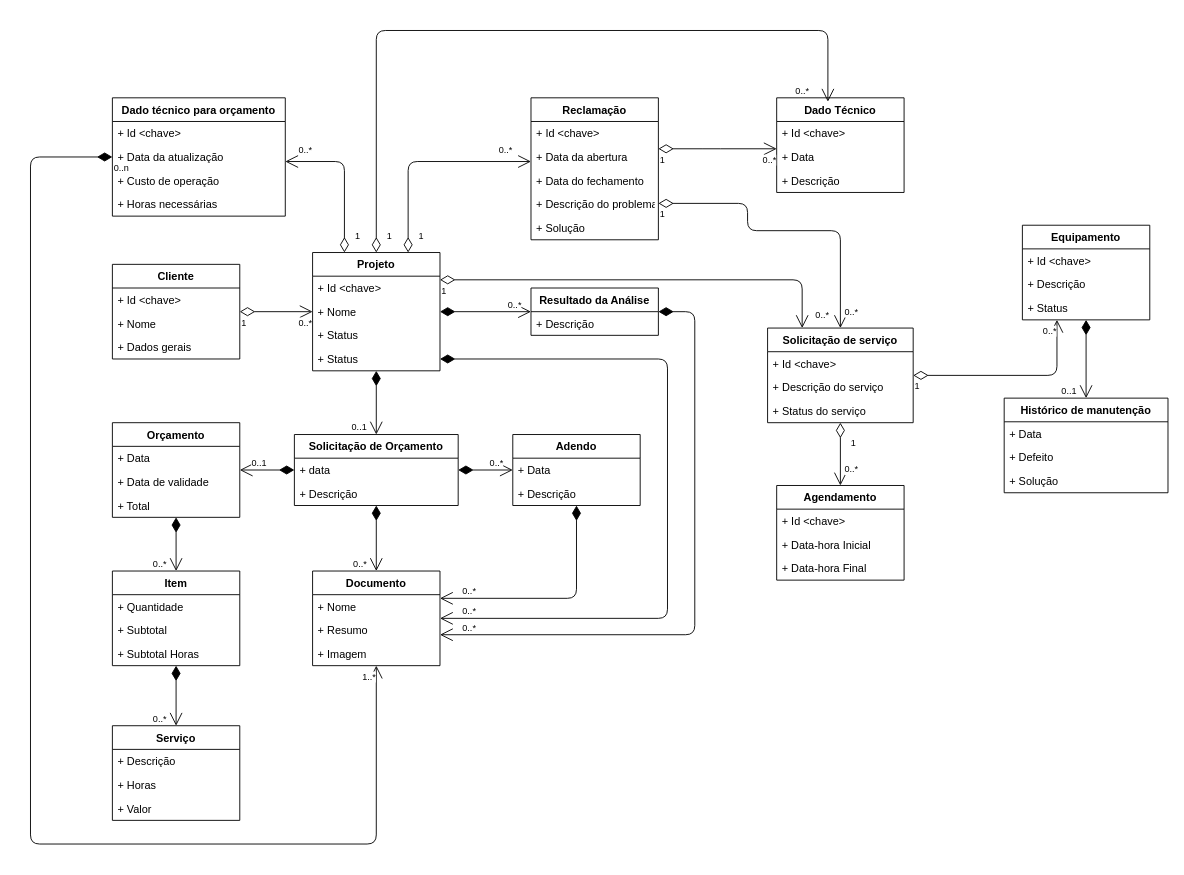
This is 20 - Modelo conceitual de negócio.drawio from somosafsociety/Eng-Soft-EC2A, a draw.io file, before an edit. Source tidied: cells renumbered, new cells numbered last; positions are measured from the earlier drawing's top-left corner, leaving out a move shared by most shapes. Both pictures are drawn from the tidied source at 91%, with x=0, y=0 at pixel (30, 30).
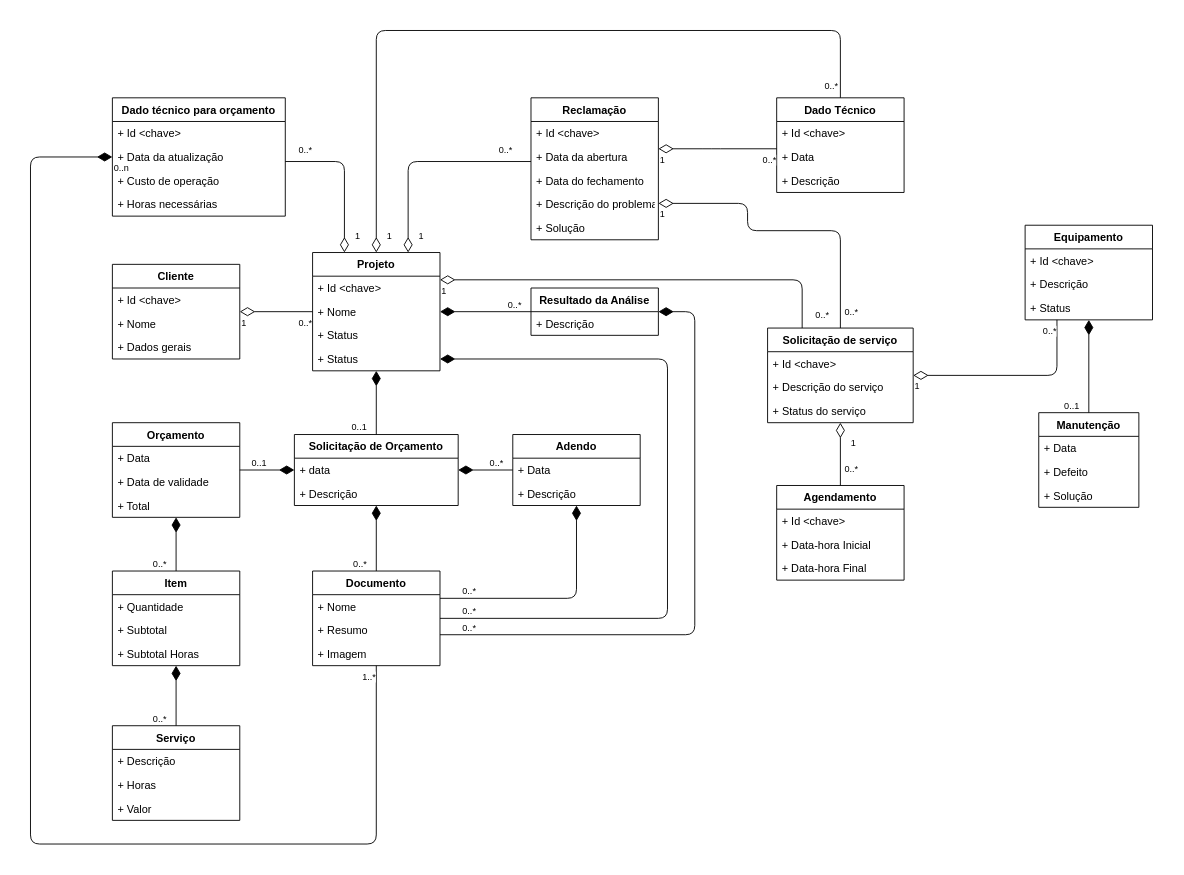
The same page after the edit.

Commit message (it also covers changes not shown here):
Revisão do artefato 20

The change refers to these unchanged cells:
```xml
<mxCell id="59" value="Dado Técnico" style="swimlane;fontStyle=1;horizontal=1;startSize=26;fillColor=none;" parent="1" vertex="1">
  <mxGeometry x="820" y="74" width="140" height="104" as="geometry" />
</mxCell>
<mxCell id="63" value="Solicitação de Orçamento" style="swimlane;fontStyle=1;horizontal=1;startSize=26;fillColor=none;" parent="1" vertex="1">
  <mxGeometry x="290" y="444" width="180" height="78" as="geometry" />
</mxCell>
<mxCell id="66" value="Projeto" style="swimlane;fontStyle=1;horizontal=1;startSize=26;fillColor=none;" parent="1" vertex="1">
  <mxGeometry x="310" y="244" width="140" height="130" as="geometry" />
</mxCell>
<mxCell id="70" value="+ Status" style="text;strokeColor=none;fillColor=none;align=left;verticalAlign=top;spacingLeft=4;spacingRight=4;overflow=hidden;points=[[0,0.5],[1,0.5]];portConstraint=eastwest;" parent="66" vertex="1">
  <mxGeometry y="104" width="140" height="26" as="geometry" />
</mxCell>
<mxCell id="71" value="Resultado da Análise" style="swimlane;fontStyle=1;horizontal=1;startSize=26;fillColor=none;" parent="1" vertex="1">
  <mxGeometry x="550" y="283" width="140" height="52" as="geometry" />
</mxCell>
<mxCell id="77" value="Dado técnico para orçamento" style="swimlane;fontStyle=1;horizontal=1;startSize=26;fillColor=none;" parent="1" vertex="1">
  <mxGeometry x="90" y="74" width="190" height="130" as="geometry" />
</mxCell>
<mxCell id="82" value="Reclamação" style="swimlane;fontStyle=1;horizontal=1;startSize=26;fillColor=none;" parent="1" vertex="1">
  <mxGeometry x="550" y="74" width="140" height="156" as="geometry" />
</mxCell>
<mxCell id="88" value="Documento" style="swimlane;fontStyle=1;horizontal=1;startSize=26;fillColor=none;" parent="1" vertex="1">
  <mxGeometry x="310" y="594" width="140" height="104" as="geometry" />
</mxCell>
<mxCell id="92" value="Cliente" style="swimlane;fontStyle=1;horizontal=1;startSize=26;fillColor=none;" parent="1" vertex="1">
  <mxGeometry x="90" y="257" width="140" height="104" as="geometry" />
</mxCell>
<mxCell id="96" value="Orçamento" style="swimlane;fontStyle=1;horizontal=1;startSize=26;fillColor=none;" parent="1" vertex="1">
  <mxGeometry x="90" y="431" width="140" height="104" as="geometry" />
</mxCell>
<mxCell id="100" value="Item" style="swimlane;fontStyle=1;horizontal=1;startSize=26;fillColor=none;" parent="1" vertex="1">
  <mxGeometry x="90" y="594" width="140" height="104" as="geometry" />
</mxCell>
<mxCell id="104" value="Adendo" style="swimlane;fontStyle=1;horizontal=1;startSize=26;fillColor=none;" parent="1" vertex="1">
  <mxGeometry x="530" y="444" width="140" height="78" as="geometry" />
</mxCell>
<mxCell id="107" value="Serviço" style="swimlane;fontStyle=1;horizontal=1;startSize=26;fillColor=none;" parent="1" vertex="1">
  <mxGeometry x="90" y="764" width="140" height="104" as="geometry" />
</mxCell>
<mxCell id="115" value="Agendamento" style="swimlane;fontStyle=1;horizontal=1;startSize=26;fillColor=none;" parent="1" vertex="1">
  <mxGeometry x="820" y="500" width="140" height="104" as="geometry" />
</mxCell>
<mxCell id="119" value="Solicitação de serviço" style="swimlane;fontStyle=1;horizontal=1;startSize=26;fillColor=none;" parent="1" vertex="1">
  <mxGeometry x="810" y="327" width="160" height="104" as="geometry" />
</mxCell>
```

What changed in the source:
```diff
@@
-    <mxCell id="2" style="endArrow=open;html=1;endSize=12;startArrow=diamondThin;startSize=14;startFill=0;edgeStyle=orthogonalEdgeStyle;" parent="1" edge="1" source="92" target="66">
+    <mxCell id="2" style="endArrow=none;html=1;endSize=12;startArrow=diamondThin;startSize=14;startFill=0;edgeStyle=orthogonalEdgeStyle;endFill=0;" parent="1" edge="1" source="92" target="66">
       <mxGeometry relative="1" as="geometry" />
     </mxCell>
@@
-    <mxCell id="5" style="endArrow=open;html=1;endSize=12;startArrow=diamondThin;startSize=14;startFill=1;edgeStyle=orthogonalEdgeStyle;" parent="1" edge="1" source="66" target="63">
+    <mxCell id="5" style="endArrow=none;html=1;endSize=12;startArrow=diamondThin;startSize=14;startFill=1;edgeStyle=orthogonalEdgeStyle;endFill=0;" parent="1" edge="1" source="66" target="63">
       <mxGeometry relative="1" as="geometry" />
     </mxCell>
@@
-    <mxCell id="8" style="endArrow=open;html=1;endSize=12;startArrow=diamondThin;startSize=14;startFill=1;edgeStyle=orthogonalEdgeStyle;" parent="1" edge="1" source="63" target="88">
+    <mxCell id="8" style="endArrow=none;html=1;endSize=12;startArrow=diamondThin;startSize=14;startFill=1;edgeStyle=orthogonalEdgeStyle;endFill=0;" parent="1" edge="1" source="63" target="88">
       <mxGeometry relative="1" as="geometry" />
     </mxCell>
@@
-    <mxCell id="11" style="endArrow=open;html=1;endSize=12;startArrow=diamondThin;startSize=14;startFill=1;edgeStyle=orthogonalEdgeStyle;" parent="1" edge="1" source="63" target="104">
+    <mxCell id="11" style="endArrow=none;html=1;endSize=12;startArrow=diamondThin;startSize=14;startFill=1;edgeStyle=orthogonalEdgeStyle;endFill=0;" parent="1" edge="1" source="63" target="104">
       <mxGeometry relative="1" as="geometry" />
     </mxCell>
@@
-    <mxCell id="14" style="endArrow=open;html=1;endSize=12;startArrow=diamondThin;startSize=14;startFill=1;edgeStyle=orthogonalEdgeStyle;" parent="1" edge="1" source="104" target="88">
+    <mxCell id="14" style="endArrow=none;html=1;endSize=12;startArrow=diamondThin;startSize=14;startFill=1;edgeStyle=orthogonalEdgeStyle;endFill=0;" parent="1" edge="1" source="104" target="88">
       <mxGeometry relative="1" as="geometry">
         <Array as="points">
           <mxPoint x="600" y="624" />
         </Array>
       </mxGeometry>
     </mxCell>
@@
-    <mxCell id="17" style="endArrow=open;html=1;endSize=12;startArrow=diamondThin;startSize=14;startFill=1;edgeStyle=orthogonalEdgeStyle;exitX=1;exitY=0.5;exitDx=0;exitDy=0;" parent="1" edge="1" source="70" target="88">
+    <mxCell id="17" style="endArrow=none;html=1;endSize=12;startArrow=diamondThin;startSize=14;startFill=1;edgeStyle=orthogonalEdgeStyle;exitX=1;exitY=0.5;exitDx=0;exitDy=0;endFill=0;" parent="1" edge="1" source="70" target="88">
       <mxGeometry relative="1" as="geometry">
         <Array as="points">
           <mxPoint x="700" y="361" />
           <mxPoint x="700" y="646" />
         </Array>
       </mxGeometry>
     </mxCell>
@@
-    <mxCell id="20" style="endArrow=open;html=1;endSize=12;startArrow=diamondThin;startSize=14;startFill=1;edgeStyle=orthogonalEdgeStyle;" parent="1" edge="1" source="66" target="71">
+    <mxCell id="20" style="endArrow=none;html=1;endSize=12;startArrow=diamondThin;startSize=14;startFill=1;edgeStyle=orthogonalEdgeStyle;endFill=0;" parent="1" edge="1" source="66" target="71">
       <mxGeometry relative="1" as="geometry" />
     </mxCell>
@@
-    <mxCell id="23" style="endArrow=open;html=1;endSize=12;startArrow=diamondThin;startSize=14;startFill=1;edgeStyle=orthogonalEdgeStyle;" parent="1" edge="1" source="71" target="88">
+    <mxCell id="23" style="endArrow=none;html=1;endSize=12;startArrow=diamondThin;startSize=14;startFill=1;edgeStyle=orthogonalEdgeStyle;endFill=0;" parent="1" edge="1" source="71" target="88">
       <mxGeometry relative="1" as="geometry">
         <Array as="points">
           <mxPoint x="730" y="309" />
           <mxPoint x="730" y="664" />
         </Array>
       </mxGeometry>
     </mxCell>
@@
-    <mxCell id="26" style="endArrow=open;html=1;endSize=12;startArrow=diamondThin;startSize=14;startFill=1;edgeStyle=orthogonalEdgeStyle;" parent="1" edge="1" source="63" target="96">
+    <mxCell id="26" style="endArrow=none;html=1;endSize=12;startArrow=diamondThin;startSize=14;startFill=1;edgeStyle=orthogonalEdgeStyle;endFill=0;" parent="1" edge="1" source="63" target="96">
       <mxGeometry relative="1" as="geometry" />
     </mxCell>
@@
-    <mxCell id="29" style="endArrow=open;html=1;endSize=12;startArrow=diamondThin;startSize=14;startFill=1;edgeStyle=orthogonalEdgeStyle;" parent="1" edge="1" source="96" target="100">
+    <mxCell id="29" style="endArrow=none;html=1;endSize=12;startArrow=diamondThin;startSize=14;startFill=1;edgeStyle=orthogonalEdgeStyle;endFill=0;" parent="1" edge="1" source="96" target="100">
       <mxGeometry relative="1" as="geometry" />
     </mxCell>
@@
-    <mxCell id="32" style="endArrow=open;html=1;endSize=12;startArrow=diamondThin;startSize=14;startFill=1;edgeStyle=orthogonalEdgeStyle;" parent="1" edge="1" source="100" target="107">
+    <mxCell id="32" style="endArrow=none;html=1;endSize=12;startArrow=diamondThin;startSize=14;startFill=1;edgeStyle=orthogonalEdgeStyle;endFill=0;" parent="1" edge="1" source="100" target="107">
       <mxGeometry relative="1" as="geometry" />
     </mxCell>
@@
-    <mxCell id="35" style="endArrow=open;html=1;endSize=12;startArrow=diamondThin;startSize=14;startFill=0;edgeStyle=orthogonalEdgeStyle;" parent="1" edge="1" source="66" target="119">
+    <mxCell id="35" style="endArrow=none;html=1;endSize=12;startArrow=diamondThin;startSize=14;startFill=0;edgeStyle=orthogonalEdgeStyle;endFill=0;" parent="1" edge="1" source="66" target="119">
       <mxGeometry relative="1" as="geometry">
         <Array as="points">
           <mxPoint x="848" y="274" />
         </Array>
       </mxGeometry>
     </mxCell>
@@
-    <mxCell id="38" style="endArrow=open;html=1;endSize=12;startArrow=diamondThin;startSize=14;startFill=0;edgeStyle=orthogonalEdgeStyle;" parent="1" edge="1" source="119" target="115">
+    <mxCell id="38" style="endArrow=none;html=1;endSize=12;startArrow=diamondThin;startSize=14;startFill=0;edgeStyle=orthogonalEdgeStyle;endFill=0;" parent="1" edge="1" source="119" target="115">
       <mxGeometry relative="1" as="geometry" />
     </mxCell>
@@
-    <mxCell id="41" style="endArrow=open;html=1;endSize=12;startArrow=diamondThin;startSize=14;startFill=0;edgeStyle=orthogonalEdgeStyle;" parent="1" edge="1" source="119" target="73">
+    <mxCell id="41" style="endArrow=none;html=1;endSize=12;startArrow=diamondThin;startSize=14;startFill=0;edgeStyle=orthogonalEdgeStyle;endFill=0;" parent="1" edge="1" source="119" target="73">
       <mxGeometry relative="1" as="geometry">
         <Array as="points">
           <mxPoint x="1128" y="379" />
         </Array>
       </mxGeometry>
     </mxCell>
@@
-    <mxCell id="44" style="endArrow=open;html=1;endSize=12;startArrow=diamondThin;startSize=14;startFill=1;edgeStyle=orthogonalEdgeStyle;entryX=0.5;entryY=0;entryDx=0;entryDy=0;" parent="1" edge="1" source="73" target="111">
+    <mxCell id="44" style="endArrow=none;html=1;endSize=12;startArrow=diamondThin;startSize=14;startFill=1;edgeStyle=orthogonalEdgeStyle;entryX=0.5;entryY=0;entryDx=0;entryDy=0;endFill=0;" parent="1" edge="1" source="73" target="111">
       <mxGeometry relative="1" as="geometry" />
     </mxCell>
@@
-    <mxCell id="47" style="endArrow=open;html=1;endSize=12;startArrow=diamondThin;startSize=14;startFill=1;edgeStyle=orthogonalEdgeStyle;" parent="1" edge="1" source="77" target="88">
+    <mxCell id="47" style="endArrow=none;html=1;endSize=12;startArrow=diamondThin;startSize=14;startFill=1;edgeStyle=orthogonalEdgeStyle;endFill=0;" parent="1" edge="1" source="77" target="88">
       <mxGeometry relative="1" as="geometry">
         <Array as="points">
           <mxPoint y="139" />
           <mxPoint y="894" />
           <mxPoint x="380" y="894" />
         </Array>
       </mxGeometry>
     </mxCell>
@@
-    <mxCell id="50" style="endArrow=open;html=1;endSize=12;startArrow=diamondThin;startSize=14;startFill=0;edgeStyle=orthogonalEdgeStyle;exitX=0.25;exitY=0;exitDx=0;exitDy=0;" parent="1" edge="1" source="66" target="77">
+    <mxCell id="50" style="endArrow=none;html=1;endSize=12;startArrow=diamondThin;startSize=14;startFill=0;edgeStyle=orthogonalEdgeStyle;exitX=0.25;exitY=0;exitDx=0;exitDy=0;endFill=0;" parent="1" edge="1" source="66" target="77">
       <mxGeometry relative="1" as="geometry">
         <Array as="points">
           <mxPoint x="345" y="144" />
         </Array>
       </mxGeometry>
     </mxCell>
@@
-    <mxCell id="53" style="endArrow=open;html=1;endSize=12;startArrow=diamondThin;startSize=14;startFill=0;edgeStyle=orthogonalEdgeStyle;exitX=0.75;exitY=0;exitDx=0;exitDy=0;" parent="1" edge="1" source="66" target="82">
+    <mxCell id="53" style="endArrow=none;html=1;endSize=12;startArrow=diamondThin;startSize=14;startFill=0;edgeStyle=orthogonalEdgeStyle;exitX=0.75;exitY=0;exitDx=0;exitDy=0;endFill=0;" parent="1" edge="1" source="66" target="82">
       <mxGeometry relative="1" as="geometry">
         <Array as="points">
           <mxPoint x="415" y="144" />
         </Array>
       </mxGeometry>
     </mxCell>
@@
-    <mxCell id="56" style="endArrow=open;html=1;endSize=12;startArrow=diamondThin;startSize=14;startFill=0;edgeStyle=orthogonalEdgeStyle;entryX=0.5;entryY=0;entryDx=0;entryDy=0;" parent="1" edge="1" source="82" target="119">
+    <mxCell id="56" style="endArrow=none;html=1;endSize=12;startArrow=diamondThin;startSize=14;startFill=0;edgeStyle=orthogonalEdgeStyle;entryX=0.5;entryY=0;entryDx=0;entryDy=0;endFill=0;" parent="1" edge="1" source="82" target="119">
       <mxGeometry relative="1" as="geometry">
         <Array as="points">
           <mxPoint x="788" y="190" />
           <mxPoint x="788" y="220" />
           <mxPoint x="890" y="220" />
         </Array>
       </mxGeometry>
     </mxCell>
@@
-    <mxCell id="73" value="Equipamento" style="swimlane;fontStyle=1;horizontal=1;startSize=26;fillColor=none;" parent="1" vertex="1">
-      <mxGeometry x="1090" y="214" width="140" height="104" as="geometry" />
-    </mxCell>
-    <mxCell id="74" value="+ Id &lt;chave&gt;" style="text;strokeColor=none;fillColor=none;align=left;verticalAlign=top;spacingLeft=4;spacingRight=4;overflow=hidden;" parent="73" vertex="1">
-      <mxGeometry y="26" width="140" height="26" as="geometry" />
-    </mxCell>
-    <mxCell id="75" value="+ Descrição" style="text;strokeColor=none;fillColor=none;align=left;verticalAlign=top;spacingLeft=4;spacingRight=4;overflow=hidden;" parent="73" vertex="1">
-      <mxGeometry y="52" width="140" height="26" as="geometry" />
-    </mxCell>
-    <mxCell id="76" value="+ Status" style="text;strokeColor=none;fillColor=none;align=left;verticalAlign=top;spacingLeft=4;spacingRight=4;overflow=hidden;" parent="73" vertex="1">
-      <mxGeometry y="78" width="140" height="26" as="geometry" />
-    </mxCell>
@@
+    <mxCell id="73" value="Equipamento" style="swimlane;fontStyle=1;horizontal=1;startSize=26;fillColor=none;" parent="1" vertex="1">
+      <mxGeometry x="1093" y="214" width="140" height="104" as="geometry" />
+    </mxCell>
+    <mxCell id="74" value="+ Id &lt;chave&gt;" style="text;strokeColor=none;fillColor=none;align=left;verticalAlign=top;spacingLeft=4;spacingRight=4;overflow=hidden;" parent="73" vertex="1">
+      <mxGeometry y="26" width="140" height="26" as="geometry" />
+    </mxCell>
+    <mxCell id="75" value="+ Descrição" style="text;strokeColor=none;fillColor=none;align=left;verticalAlign=top;spacingLeft=4;spacingRight=4;overflow=hidden;" parent="73" vertex="1">
+      <mxGeometry y="52" width="140" height="26" as="geometry" />
+    </mxCell>
+    <mxCell id="76" value="+ Status" style="text;strokeColor=none;fillColor=none;align=left;verticalAlign=top;spacingLeft=4;spacingRight=4;overflow=hidden;" parent="73" vertex="1">
+      <mxGeometry y="78" width="140" height="26" as="geometry" />
+    </mxCell>
@@
-    <mxCell id="111" value="Histórico de manutenção" style="swimlane;fontStyle=1;horizontal=1;startSize=26;fillColor=none;" parent="1" vertex="1">
-      <mxGeometry x="1070" y="404" width="180" height="104" as="geometry" />
-    </mxCell>
-    <mxCell id="112" value="+ Data" style="text;strokeColor=none;fillColor=none;align=left;verticalAlign=top;spacingLeft=4;spacingRight=4;overflow=hidden;" parent="111" vertex="1">
-      <mxGeometry y="26" width="180" height="26" as="geometry" />
-    </mxCell>
-    <mxCell id="113" value="+ Defeito" style="text;strokeColor=none;fillColor=none;align=left;verticalAlign=top;spacingLeft=4;spacingRight=4;overflow=hidden;" parent="111" vertex="1">
-      <mxGeometry y="52" width="180" height="26" as="geometry" />
-    </mxCell>
-    <mxCell id="114" value="+ Solução" style="text;strokeColor=none;fillColor=none;align=left;verticalAlign=top;spacingLeft=4;spacingRight=4;overflow=hidden;" parent="111" vertex="1">
-      <mxGeometry y="78" width="180" height="26" as="geometry" />
-    </mxCell>
@@
-    <mxCell id="123" style="endArrow=open;html=1;endSize=12;startArrow=diamondThin;startSize=14;startFill=0;edgeStyle=orthogonalEdgeStyle;" parent="1" edge="1" source="82" target="59">
+    <mxCell id="123" style="endArrow=none;html=1;endSize=12;startArrow=diamondThin;startSize=14;startFill=0;edgeStyle=orthogonalEdgeStyle;endFill=0;" parent="1" edge="1" source="82" target="59">
       <mxGeometry relative="1" as="geometry">
         <Array as="points">
           <mxPoint x="748" y="130" />
           <mxPoint x="748" y="130" />
         </Array>
       </mxGeometry>
     </mxCell>
@@
-    <mxCell id="126" style="endArrow=open;html=1;endSize=12;startArrow=diamondThin;startSize=14;startFill=0;edgeStyle=orthogonalEdgeStyle;exitX=0.5;exitY=0;exitDx=0;exitDy=0;entryX=0.402;entryY=0.041;entryDx=0;entryDy=0;entryPerimeter=0;" parent="1" edge="1" source="66" target="59">
+    <mxCell id="126" style="endArrow=none;html=1;endSize=12;startArrow=diamondThin;startSize=14;startFill=0;edgeStyle=orthogonalEdgeStyle;exitX=0.5;exitY=0;exitDx=0;exitDy=0;entryX=0.5;entryY=0;entryDx=0;entryDy=0;endFill=0;" parent="1" edge="1" source="66" target="59">
       <mxGeometry relative="1" as="geometry">
         <Array as="points">
           <mxPoint x="380" />
-          <mxPoint x="876" />
+          <mxPoint x="890" />
         </Array>
       </mxGeometry>
     </mxCell>
@@
     <mxCell id="128" value="0..*" style="html=1;align=right;verticalAlign=top;labelBackgroundColor=#ffffff;fontSize=10;" parent="126" vertex="1">
       <mxGeometry x="1" relative="1" as="geometry">
-        <mxPoint x="-20" y="-25" as="offset" />
+        <mxPoint x="-2" y="-25" as="offset" />
       </mxGeometry>
     </mxCell>
+    <mxCell id="111" value="Manutenção" style="swimlane;fontStyle=1;horizontal=1;startSize=26;fillColor=none;" parent="1" vertex="1">
+      <mxGeometry x="1108" y="420" width="110" height="104" as="geometry" />
+    </mxCell>
+    <mxCell id="112" value="+ Data" style="text;strokeColor=none;fillColor=none;align=left;verticalAlign=top;spacingLeft=4;spacingRight=4;overflow=hidden;" parent="111" vertex="1">
+      <mxGeometry y="26" width="110" height="26" as="geometry" />
+    </mxCell>
+    <mxCell id="113" value="+ Defeito" style="text;strokeColor=none;fillColor=none;align=left;verticalAlign=top;spacingLeft=4;spacingRight=4;overflow=hidden;" parent="111" vertex="1">
+      <mxGeometry y="52" width="110" height="26" as="geometry" />
+    </mxCell>
+    <mxCell id="114" value="+ Solução" style="text;strokeColor=none;fillColor=none;align=left;verticalAlign=top;spacingLeft=4;spacingRight=4;overflow=hidden;" parent="111" vertex="1">
+      <mxGeometry y="78" width="110" height="26" as="geometry" />
+    </mxCell>
```
